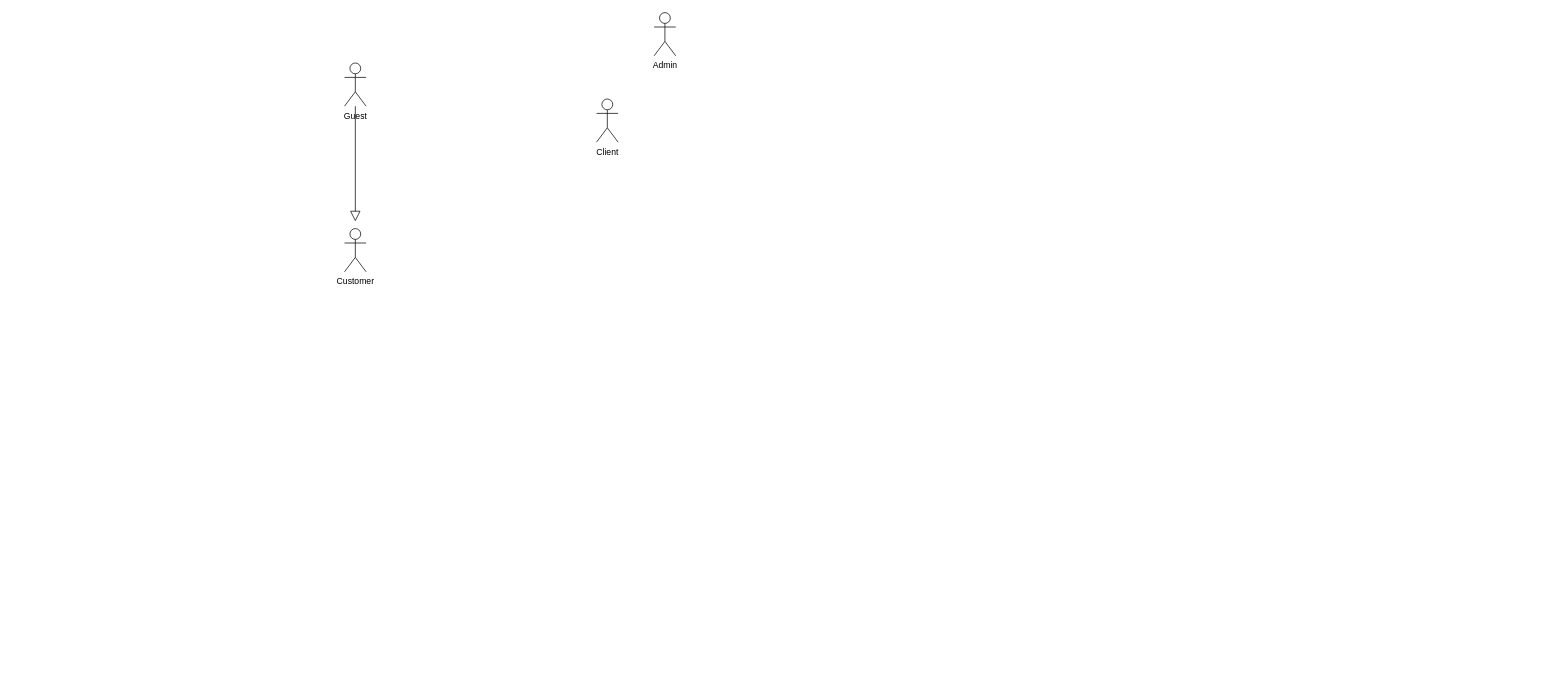
Before: booking.drawio in vanbjnbjn/usecase, a draw.io diagram. Source tidied: cells renumbered, new cells numbered last; positions are measured from the earlier drawing's top-left corner, leaving out a move shared by most shapes. Both pictures are drawn from the tidied source at 72%, with x=0, y=0 at pixel (344, 12).
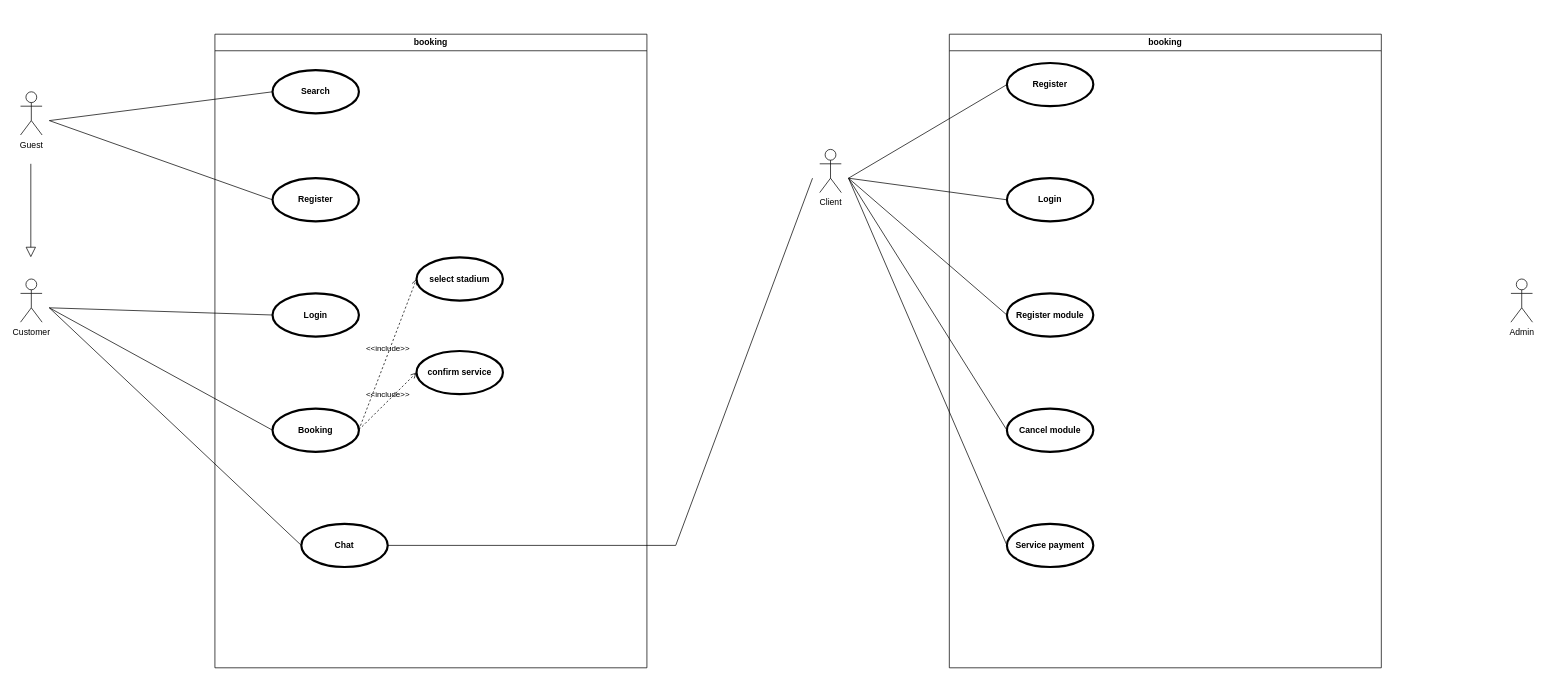
The same diagram, later.

Commit message:
update_use_case booking.drawio

Diff of the diagram source:
```diff
@@
     <mxCell id="2" value="Client" style="shape=umlActor;html=1;verticalLabelPosition=bottom;verticalAlign=top;align=center;" parent="1" vertex="1">
-      <mxGeometry x="350" y="120" width="30" height="60" as="geometry" />
+      <mxGeometry x="660" y="190" width="30" height="60" as="geometry" />
     </mxCell>
     <mxCell id="3" value="Admin" style="shape=umlActor;html=1;verticalLabelPosition=bottom;verticalAlign=top;align=center;" parent="1" vertex="1">
-      <mxGeometry x="430" width="30" height="60" as="geometry" />
+      <mxGeometry x="1620" y="370" width="30" height="60" as="geometry" />
     </mxCell>
     <mxCell id="4" value="Guest" style="shape=umlActor;html=1;verticalLabelPosition=bottom;verticalAlign=top;align=center;" parent="1" vertex="1">
-      <mxGeometry y="70" width="30" height="60" as="geometry" />
+      <mxGeometry x="-450" y="110" width="30" height="60" as="geometry" />
     </mxCell>
     <mxCell id="5" value="Customer" style="shape=umlActor;html=1;verticalLabelPosition=bottom;verticalAlign=top;align=center;" parent="1" vertex="1">
-      <mxGeometry y="300" width="30" height="60" as="geometry" />
+      <mxGeometry x="-450" y="370" width="30" height="60" as="geometry" />
     </mxCell>
     <mxCell id="6" style="edgeStyle=none;html=1;endSize=12;endArrow=block;endFill=0;rounded=0;" parent="1" edge="1">
       <mxGeometry relative="1" as="geometry">
-        <mxPoint x="15" y="130" as="sourcePoint" />
-        <mxPoint x="15" y="290" as="targetPoint" />
+        <mxPoint x="-435.7" y="210" as="sourcePoint" />
+        <mxPoint x="-435.7" y="340" as="targetPoint" />
       </mxGeometry>
     </mxCell>
+    <mxCell id="7" value="booking" style="swimlane;whiteSpace=wrap;html=1;" parent="1" vertex="1">
+      <mxGeometry x="-180" y="30" width="600" height="880" as="geometry" />
+    </mxCell>
+    <mxCell id="8" value="Search" style="shape=ellipse;html=1;strokeWidth=3;fontStyle=1;whiteSpace=wrap;align=center;perimeter=ellipsePerimeter;" parent="7" vertex="1">
+      <mxGeometry x="80" y="50" width="120" height="60" as="geometry" />
+    </mxCell>
+    <mxCell id="9" value="Register" style="shape=ellipse;html=1;strokeWidth=3;fontStyle=1;whiteSpace=wrap;align=center;perimeter=ellipsePerimeter;" parent="7" vertex="1">
+      <mxGeometry x="80" y="200" width="120" height="60" as="geometry" />
+    </mxCell>
+    <mxCell id="10" value="Booking" style="shape=ellipse;html=1;strokeWidth=3;fontStyle=1;whiteSpace=wrap;align=center;perimeter=ellipsePerimeter;" parent="7" vertex="1">
+      <mxGeometry x="80" y="520" width="120" height="60" as="geometry" />
+    </mxCell>
+    <mxCell id="11" value="Chat" style="shape=ellipse;html=1;strokeWidth=3;fontStyle=1;whiteSpace=wrap;align=center;perimeter=ellipsePerimeter;" parent="7" vertex="1">
+      <mxGeometry x="120" y="680" width="120" height="60" as="geometry" />
+    </mxCell>
+    <mxCell id="12" value="Login" style="shape=ellipse;html=1;strokeWidth=3;fontStyle=1;whiteSpace=wrap;align=center;perimeter=ellipsePerimeter;" parent="7" vertex="1">
+      <mxGeometry x="80" y="360" width="120" height="60" as="geometry" />
+    </mxCell>
+    <mxCell id="13" value="select stadium" style="shape=ellipse;html=1;strokeWidth=3;fontStyle=1;whiteSpace=wrap;align=center;perimeter=ellipsePerimeter;" parent="7" vertex="1">
+      <mxGeometry x="280" y="310" width="120" height="60" as="geometry" />
+    </mxCell>
+    <mxCell id="14" value="confirm service" style="shape=ellipse;html=1;strokeWidth=3;fontStyle=1;whiteSpace=wrap;align=center;perimeter=ellipsePerimeter;" parent="7" vertex="1">
+      <mxGeometry x="280" y="440" width="120" height="60" as="geometry" />
+    </mxCell>
+    <mxCell id="15" value="&amp;lt;&amp;lt;include&amp;gt;&amp;gt;" style="edgeStyle=none;html=1;endArrow=open;verticalAlign=bottom;dashed=1;labelBackgroundColor=none;rounded=0;entryX=0;entryY=0.5;entryDx=0;entryDy=0;" parent="7" edge="1" target="13">
+      <mxGeometry relative="1" as="geometry">
+        <mxPoint x="200" y="549.3" as="sourcePoint" />
+      </mxGeometry>
+    </mxCell>
+    <mxCell id="16" value="&amp;lt;&amp;lt;include&amp;gt;&amp;gt;" style="edgeStyle=none;html=1;endArrow=open;verticalAlign=bottom;dashed=1;labelBackgroundColor=none;rounded=0;entryX=0;entryY=0.5;entryDx=0;entryDy=0;" parent="7" edge="1" target="14">
+      <mxGeometry relative="1" as="geometry">
+        <mxPoint x="200" y="549.3" as="sourcePoint" />
+      </mxGeometry>
+    </mxCell>
+    <mxCell id="17" style="edgeStyle=none;html=1;endArrow=none;verticalAlign=bottom;rounded=0;entryX=0;entryY=0.5;entryDx=0;entryDy=0;" parent="1" edge="1" target="8">
+      <mxGeometry relative="1" as="geometry">
+        <mxPoint x="-410" y="150" as="sourcePoint" />
+      </mxGeometry>
+    </mxCell>
+    <mxCell id="18" style="edgeStyle=none;html=1;endArrow=none;verticalAlign=bottom;rounded=0;entryX=0;entryY=0.5;entryDx=0;entryDy=0;" parent="1" edge="1" target="9">
+      <mxGeometry relative="1" as="geometry">
+        <mxPoint x="-410" y="150" as="sourcePoint" />
+      </mxGeometry>
+    </mxCell>
+    <mxCell id="19" style="edgeStyle=none;html=1;endArrow=none;verticalAlign=bottom;rounded=0;entryX=0;entryY=0.5;entryDx=0;entryDy=0;" parent="1" edge="1" target="12">
+      <mxGeometry relative="1" as="geometry">
+        <mxPoint x="-410" y="410" as="sourcePoint" />
+      </mxGeometry>
+    </mxCell>
+    <mxCell id="20" style="edgeStyle=none;html=1;endArrow=none;verticalAlign=bottom;rounded=0;entryX=0;entryY=0.5;entryDx=0;entryDy=0;" parent="1" edge="1" target="10">
+      <mxGeometry relative="1" as="geometry">
+        <mxPoint x="-410" y="410" as="sourcePoint" />
+      </mxGeometry>
+    </mxCell>
+    <mxCell id="21" style="edgeStyle=none;html=1;endArrow=none;verticalAlign=bottom;rounded=0;entryX=0;entryY=0.5;entryDx=0;entryDy=0;" parent="1" edge="1" target="11">
+      <mxGeometry relative="1" as="geometry">
+        <mxPoint x="-410" y="410" as="sourcePoint" />
+      </mxGeometry>
+    </mxCell>
+    <mxCell id="22" style="edgeStyle=none;html=1;endArrow=none;verticalAlign=bottom;rounded=0;entryX=1;entryY=0.5;entryDx=0;entryDy=0;" parent="1" edge="1" target="11">
+      <mxGeometry relative="1" as="geometry">
+        <mxPoint x="650" y="230" as="sourcePoint" />
+        <Array as="points">
+          <mxPoint x="460" y="740" />
+        </Array>
+      </mxGeometry>
+    </mxCell>
+    <mxCell id="23" value="booking" style="swimlane;whiteSpace=wrap;html=1;" parent="1" vertex="1">
+      <mxGeometry x="840" y="30" width="600" height="880" as="geometry" />
+    </mxCell>
+    <mxCell id="24" value="Register" style="shape=ellipse;html=1;strokeWidth=3;fontStyle=1;whiteSpace=wrap;align=center;perimeter=ellipsePerimeter;" parent="23" vertex="1">
+      <mxGeometry x="80" y="40" width="120" height="60" as="geometry" />
+    </mxCell>
+    <mxCell id="25" value="Register module" style="shape=ellipse;html=1;strokeWidth=3;fontStyle=1;whiteSpace=wrap;align=center;perimeter=ellipsePerimeter;" parent="23" vertex="1">
+      <mxGeometry x="80" y="360" width="120" height="60" as="geometry" />
+    </mxCell>
+    <mxCell id="26" value="Service payment" style="shape=ellipse;html=1;strokeWidth=3;fontStyle=1;whiteSpace=wrap;align=center;perimeter=ellipsePerimeter;" parent="23" vertex="1">
+      <mxGeometry x="80" y="680" width="120" height="60" as="geometry" />
+    </mxCell>
+    <mxCell id="27" value="Cancel module" style="shape=ellipse;html=1;strokeWidth=3;fontStyle=1;whiteSpace=wrap;align=center;perimeter=ellipsePerimeter;" parent="23" vertex="1">
+      <mxGeometry x="80" y="520" width="120" height="60" as="geometry" />
+    </mxCell>
+    <mxCell id="28" value="Login" style="shape=ellipse;html=1;strokeWidth=3;fontStyle=1;whiteSpace=wrap;align=center;perimeter=ellipsePerimeter;" parent="23" vertex="1">
+      <mxGeometry x="80" y="200" width="120" height="60" as="geometry" />
+    </mxCell>
+    <mxCell id="29" style="edgeStyle=none;html=1;endArrow=none;verticalAlign=bottom;rounded=0;entryX=0;entryY=0.5;entryDx=0;entryDy=0;" parent="1" edge="1" target="24">
+      <mxGeometry relative="1" as="geometry">
+        <mxPoint x="700" y="230" as="sourcePoint" />
+      </mxGeometry>
+    </mxCell>
+    <mxCell id="30" style="edgeStyle=none;html=1;endArrow=none;verticalAlign=bottom;rounded=0;entryX=0;entryY=0.5;entryDx=0;entryDy=0;" parent="1" edge="1" target="28">
+      <mxGeometry relative="1" as="geometry">
+        <mxPoint x="700" y="230" as="sourcePoint" />
+      </mxGeometry>
+    </mxCell>
+    <mxCell id="31" style="edgeStyle=none;html=1;endArrow=none;verticalAlign=bottom;rounded=0;entryX=0;entryY=0.5;entryDx=0;entryDy=0;" parent="1" edge="1" target="25">
+      <mxGeometry relative="1" as="geometry">
+        <mxPoint x="700" y="230" as="sourcePoint" />
+      </mxGeometry>
+    </mxCell>
+    <mxCell id="32" style="edgeStyle=none;html=1;endArrow=none;verticalAlign=bottom;rounded=0;entryX=0;entryY=0.5;entryDx=0;entryDy=0;" parent="1" edge="1" target="27">
+      <mxGeometry relative="1" as="geometry">
+        <mxPoint x="700" y="230" as="sourcePoint" />
+      </mxGeometry>
+    </mxCell>
+    <mxCell id="33" style="edgeStyle=none;html=1;endArrow=none;verticalAlign=bottom;rounded=0;entryX=0;entryY=0.5;entryDx=0;entryDy=0;" parent="1" edge="1" target="26">
+      <mxGeometry relative="1" as="geometry">
+        <mxPoint x="700" y="230" as="sourcePoint" />
+      </mxGeometry>
+    </mxCell>
```
